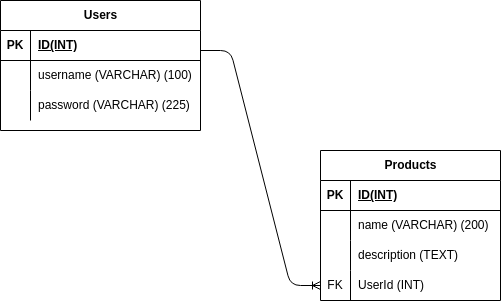
Before: schema.drawio.png, a diagram exported from draw.io (nrlizahh/basic-crud-app). Source tidied: cells renumbered, new cells last; positions are measured from the earlier drawing's top-left corner, leaving out a move shared by most shapes.
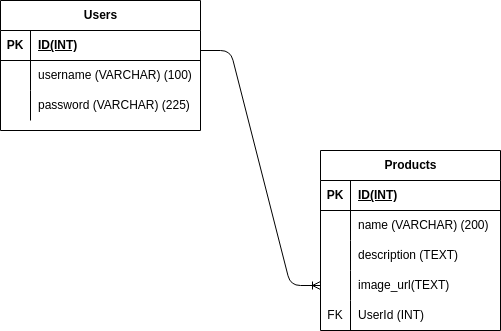
Above is the later version.

Diff of the diagram source:
```diff
@@ -42,7 +42,7 @@
       </mxGeometry>
     </mxCell>
     <mxCell id="13" value="Products" style="shape=table;startSize=30;rowLines=0;fontStyle=1;align=center;html=1;" parent="1" vertex="1">
-      <mxGeometry x="320" y="225" width="180" height="150" as="geometry" />
+      <mxGeometry x="320" y="225" width="180" height="180" as="geometry" />
     </mxCell>
     <mxCell id="14" style="shape=tableRow;horizontal=0;startSize=0;swimlaneHead=0;swimlaneBody=0;fillColor=none;top=0;left=0;right=0;bottom=1;" parent="13" vertex="1">
       <mxGeometry y="30" width="180" height="30" as="geometry" />
@@ -62,17 +62,26 @@
     <mxCell id="19" value="name (VARCHAR) (200)" style="shape=partialRectangle;fillColor=none;top=0;left=0;bottom=0;right=0;align=left;spacingLeft=6;overflow=hidden;whiteSpace=wrap;html=1;" parent="17" vertex="1">
       <mxGeometry x="30" width="150" height="30" as="geometry" />
     </mxCell>
+    <mxCell id="26" style="shape=tableRow;horizontal=0;startSize=0;swimlaneHead=0;swimlaneBody=0;fillColor=none;top=0;left=0;right=0;bottom=0;" parent="13" vertex="1">
+      <mxGeometry y="90" width="180" height="30" as="geometry" />
+    </mxCell>
+    <mxCell id="27" style="shape=partialRectangle;fillColor=none;top=0;left=0;bottom=0;right=0;overflow=hidden;whiteSpace=wrap;html=1;" parent="26" vertex="1">
+      <mxGeometry width="30" height="30" as="geometry" />
+    </mxCell>
+    <mxCell id="28" style="shape=partialRectangle;fillColor=none;top=0;left=0;bottom=0;right=0;align=left;spacingLeft=6;overflow=hidden;whiteSpace=wrap;html=1;" parent="26" vertex="1">
+      <mxGeometry x="30" width="150" height="30" as="geometry" />
+    </mxCell>
     <mxCell id="20" style="shape=tableRow;horizontal=0;startSize=0;swimlaneHead=0;swimlaneBody=0;fillColor=none;top=0;left=0;right=0;bottom=0;" parent="13" vertex="1">
-      <mxGeometry y="90" width="180" height="30" as="geometry" />
+      <mxGeometry y="120" width="180" height="30" as="geometry" />
     </mxCell>
     <mxCell id="21" style="shape=partialRectangle;fillColor=none;top=0;left=0;bottom=0;right=0;overflow=hidden;whiteSpace=wrap;html=1;" parent="20" vertex="1">
       <mxGeometry width="30" height="30" as="geometry" />
     </mxCell>
-    <mxCell id="22" value="description (TEXT)" style="shape=partialRectangle;fillColor=none;top=0;left=0;bottom=0;right=0;align=left;spacingLeft=6;overflow=hidden;whiteSpace=wrap;html=1;" parent="20" vertex="1">
+    <mxCell id="22" value="image_url(TEXT)" style="shape=partialRectangle;fillColor=none;top=0;left=0;bottom=0;right=0;align=left;spacingLeft=6;overflow=hidden;whiteSpace=wrap;html=1;" parent="20" vertex="1">
       <mxGeometry x="30" width="150" height="30" as="geometry" />
     </mxCell>
     <mxCell id="23" style="shape=tableRow;horizontal=0;startSize=0;swimlaneHead=0;swimlaneBody=0;fillColor=none;top=0;left=0;right=0;bottom=0;" parent="13" vertex="1">
-      <mxGeometry y="120" width="180" height="30" as="geometry" />
+      <mxGeometry y="150" width="180" height="30" as="geometry" />
     </mxCell>
     <mxCell id="24" value="FK" style="shape=partialRectangle;fillColor=none;top=0;left=0;bottom=0;right=0;overflow=hidden;whiteSpace=wrap;html=1;" parent="23" vertex="1">
       <mxGeometry width="30" height="30" as="geometry" />
@@ -80,5 +89,8 @@
     <mxCell id="25" value="UserId (INT)" style="shape=partialRectangle;fillColor=none;top=0;left=0;bottom=0;right=0;align=left;spacingLeft=6;overflow=hidden;whiteSpace=wrap;html=1;" parent="23" vertex="1">
       <mxGeometry x="30" width="150" height="30" as="geometry" />
     </mxCell>
+    <mxCell id="29" value="description (TEXT)" style="shape=partialRectangle;fillColor=none;top=0;left=0;bottom=0;right=0;align=left;spacingLeft=6;overflow=hidden;whiteSpace=wrap;html=1;" parent="1" vertex="1">
+      <mxGeometry x="350" y="315" width="150" height="30" as="geometry" />
+    </mxCell>
   </root>
 </mxGraphModel>
```
